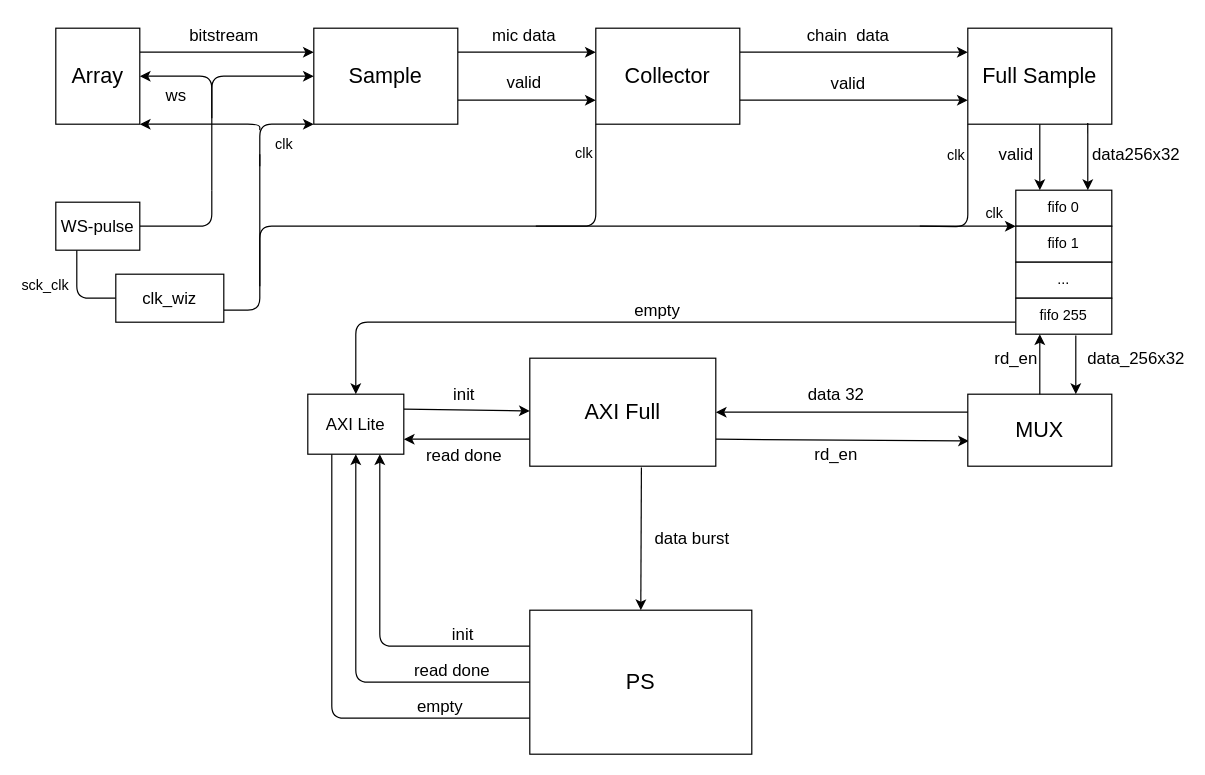
The draw.io diagram doc/diagrams/full_diagram_axi_full.drawio in acoustic-warfare/FPGA-sampling, before the edit. Source tidied: cells renumbered, new cells numbered last; positions are measured from the earlier drawing's top-left corner, leaving out a move shared by most shapes. Both pictures are drawn from the tidied source at 120%, with x=0, y=0 at pixel (55, 28).
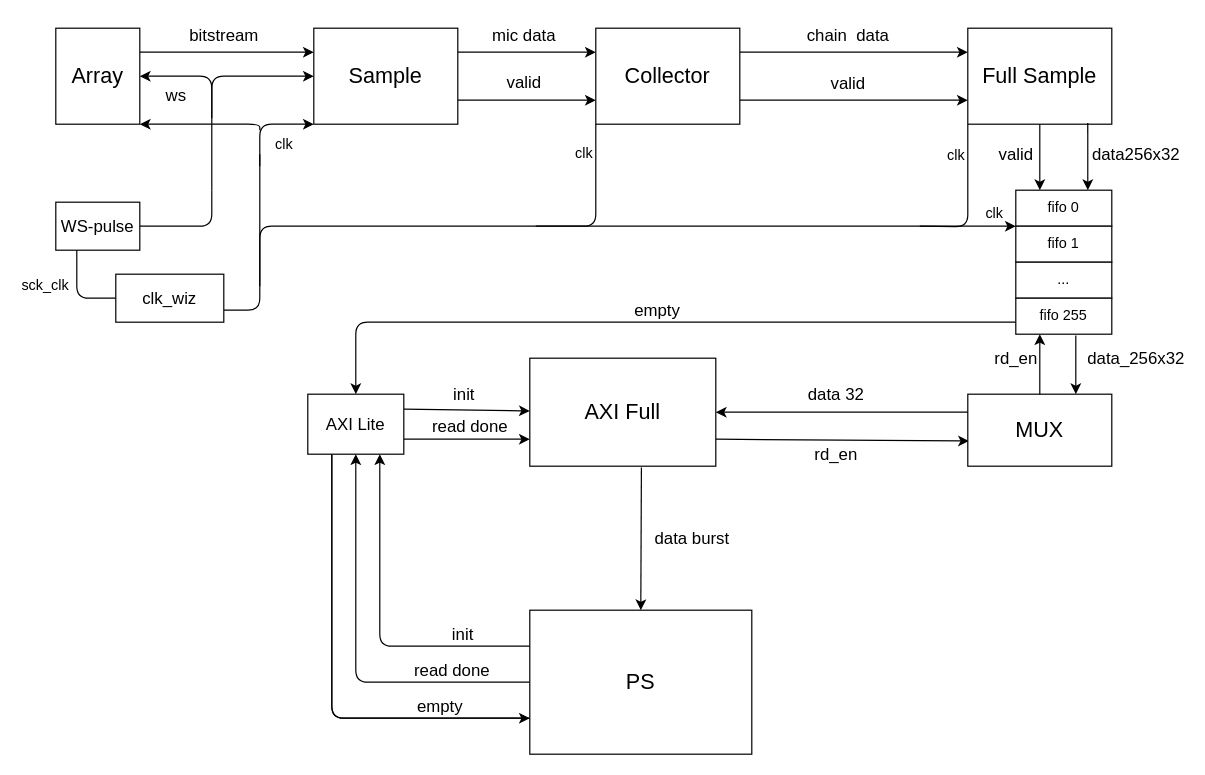
After the change.

The change refers to these unchanged cells:
```xml
<mxCell id="26" value="&lt;font style=&quot;font-size: 14px;&quot;&gt;AXI Lite&lt;/font&gt;" style="whiteSpace=wrap;html=1;" parent="1" vertex="1">
  <mxGeometry x="210" y="305" width="80" height="50" as="geometry" />
</mxCell>
<mxCell id="29" value="&lt;font style=&quot;font-size: 18px;&quot;&gt;AXI Full&lt;/font&gt;" style="whiteSpace=wrap;html=1;" parent="1" vertex="1">
  <mxGeometry x="395" y="275" width="155" height="90" as="geometry" />
</mxCell>
<mxCell id="32" value="&lt;font style=&quot;font-size: 18px;&quot;&gt;PS&lt;/font&gt;" style="whiteSpace=wrap;html=1;" parent="1" vertex="1">
  <mxGeometry x="395" y="485" width="185" height="120" as="geometry" />
</mxCell>
```

The edit, as a diff of the source:
```diff
@@
-    <mxCell id="22" value="read done" style="edgeStyle=none;html=1;exitX=1;exitY=0.75;exitDx=0;exitDy=0;entryX=0;entryY=0.75;entryDx=0;entryDy=0;fontSize=14;startArrow=classic;startFill=1;endArrow=none;endFill=0;" parent="1" edge="1" source="26" target="29">
+    <mxCell id="22" value="read done" style="edgeStyle=none;html=1;exitX=0;exitY=0.75;exitDx=0;exitDy=0;fontSize=14;startArrow=classic;startFill=1;endArrow=none;endFill=0;entryX=1;entryY=0.75;entryDx=0;entryDy=0;" parent="1" edge="1" source="29" target="26">
       <mxGeometry x="-0.05" y="-12" relative="1" as="geometry">
         <mxPoint y="1" as="offset" />
       </mxGeometry>
     </mxCell>
@@
+    <mxCell id="45" style="edgeStyle=none;html=1;entryX=0;entryY=0.75;entryDx=0;entryDy=0;exitX=0.25;exitY=1;exitDx=0;exitDy=0;" parent="1" edge="1" source="26" target="32">
+      <mxGeometry relative="1" as="geometry">
+        <Array as="points">
+          <mxPoint x="230" y="575" />
+        </Array>
+      </mxGeometry>
+    </mxCell>
```
